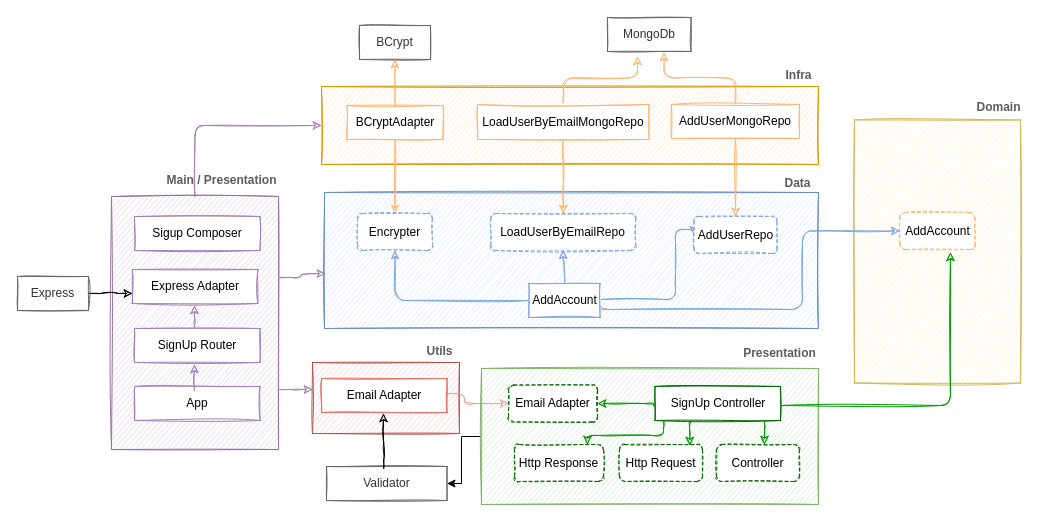
This is requirements/signup/Sign-Up.drawio from alioshr/clean-node-ts, a draw.io file, before an edit. Source tidied: cells renumbered, new cells numbered last; positions are measured from the earlier drawing's top-left corner, leaving out a move shared by most shapes. Both pictures are drawn from the tidied source at 100%, with x=0, y=0 at pixel (17, 17).
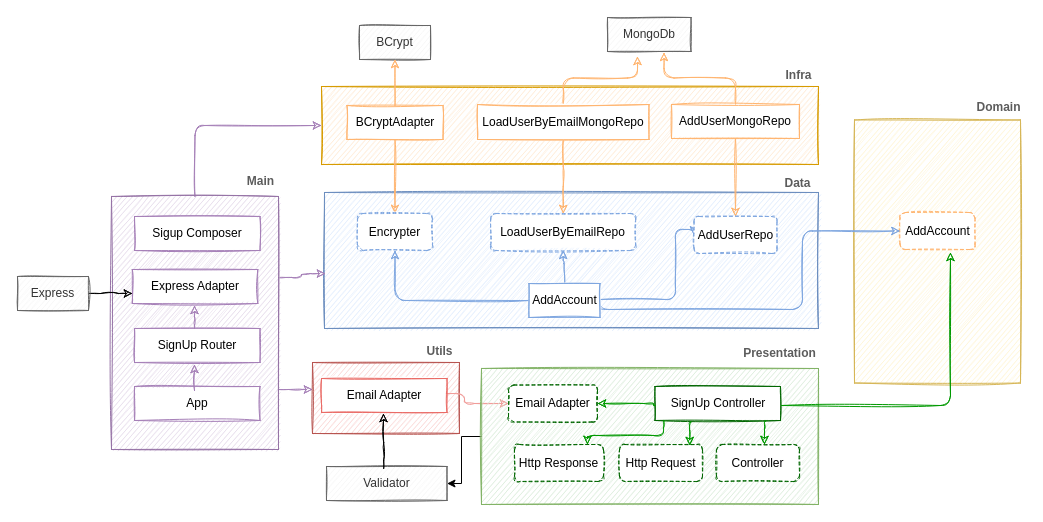
After the change.

Change to the diagram source:
```diff
@@
-    <mxCell id="36" value="&lt;b&gt;Main / Presentation&lt;/b&gt;" style="text;html=1;align=center;verticalAlign=middle;strokeColor=none;fontColor=#5C5C5C;" parent="1" vertex="1">
-      <mxGeometry x="144" y="154" width="120" height="18" as="geometry" />
+    <mxCell id="36" value="&lt;b&gt;Main&lt;/b&gt;" style="text;html=1;align=center;verticalAlign=middle;strokeColor=none;fontColor=#5C5C5C;" parent="1" vertex="1">
+      <mxGeometry x="224" y="155" width="37" height="18" as="geometry" />
     </mxCell>
```
